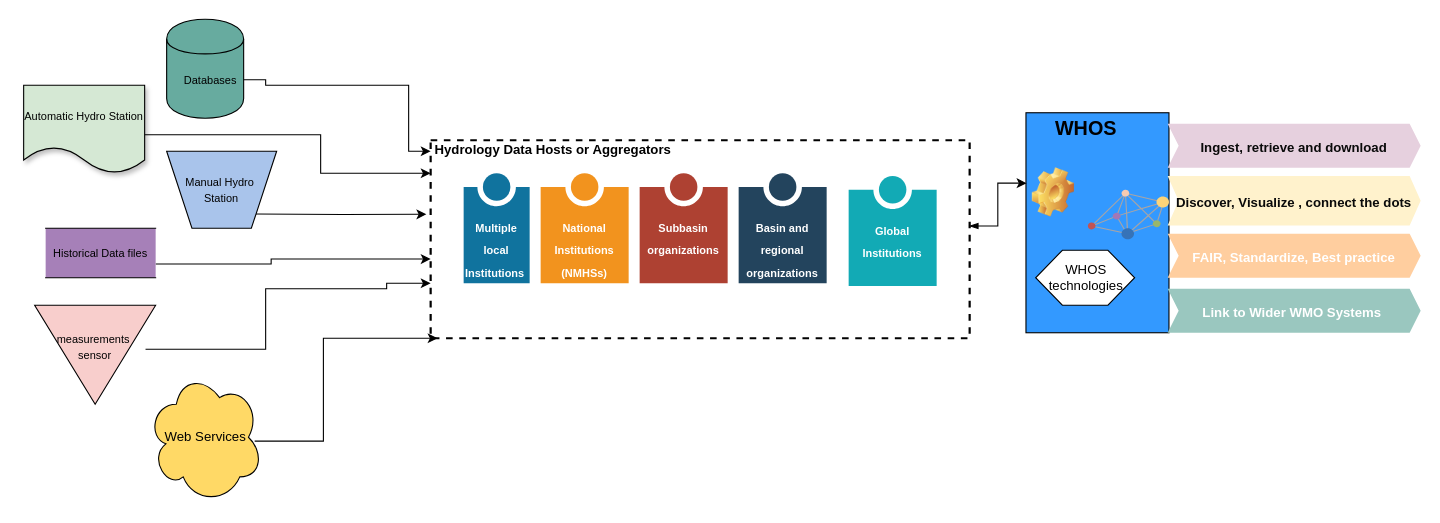
The draw.io diagram page "WHOS data sources" (2 of 13) of whos-architecture/WHOS New.drawio in wmo-im/tt-w4h, before the edit. Source tidied: cells renumbered, new cells numbered last; positions are measured from the earlier drawing's top-left corner, leaving out a move shared by most shapes. Both pictures are drawn from the tidied source at 110%, with x=0, y=0 at pixel (23, 19).
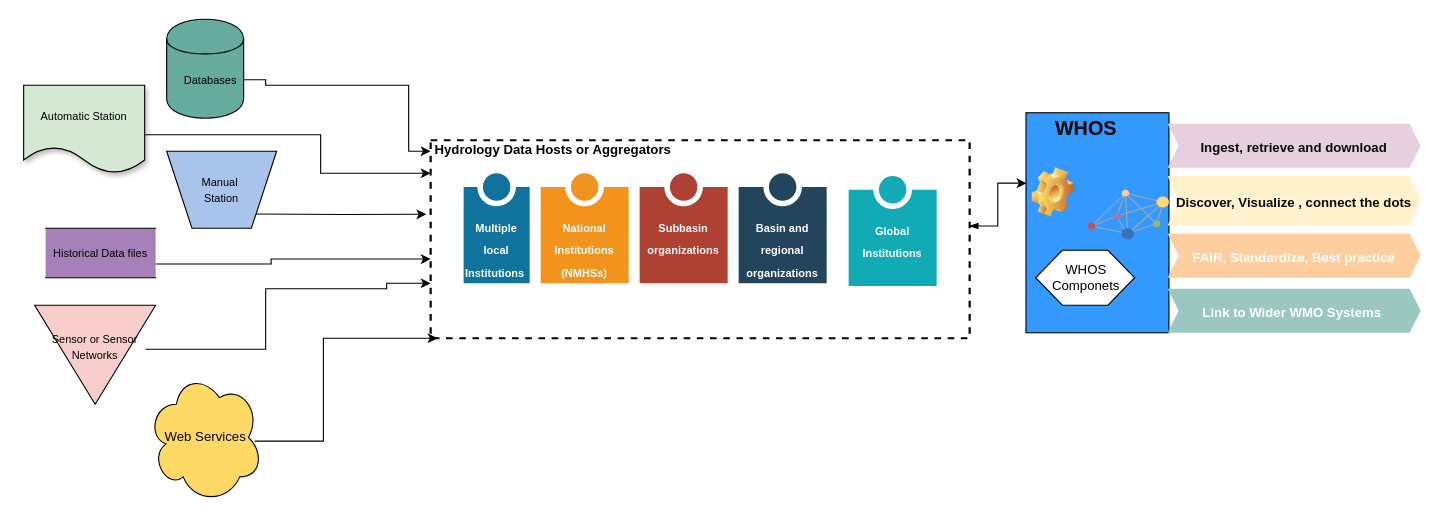
The same page after the edit.

The edit, as a diff of the source:
```diff
@@
-    <mxCell id="10" value="&lt;font style=&quot;font-size: 10px;&quot;&gt;measurements&amp;nbsp;&lt;/font&gt;&lt;div&gt;&lt;font style=&quot;font-size: 10px;&quot;&gt;sensor&lt;/font&gt;&lt;div&gt;&lt;br&gt;&lt;/div&gt;&lt;/div&gt;" style="triangle;whiteSpace=wrap;html=1;dashed=0;direction=south;fillColor=#F8CECC;" parent="1" vertex="1">
+    <mxCell id="10" value="&lt;span style=&quot;font-size: 10px; background-color: transparent; color: light-dark(rgb(0, 0, 0), rgb(255, 255, 255));&quot;&gt;Sensor or Sensor Networks&lt;/span&gt;&lt;div&gt;&lt;div&gt;&lt;br&gt;&lt;/div&gt;&lt;/div&gt;" style="triangle;whiteSpace=wrap;html=1;dashed=0;direction=south;fillColor=#F8CECC;" parent="1" vertex="1">
       <mxGeometry x="10" y="260" width="110" height="90" as="geometry" />
     </mxCell>
@@
-    <mxCell id="14" value="&lt;span style=&quot;font-size: 10px;&quot;&gt;Manual Hydro&amp;nbsp;&lt;/span&gt;&lt;div&gt;&lt;span style=&quot;font-size: 10px;&quot;&gt;Station&lt;/span&gt;&lt;/div&gt;" style="verticalLabelPosition=middle;verticalAlign=middle;html=1;shape=trapezoid;perimeter=trapezoidPerimeter;whiteSpace=wrap;size=0.23;arcSize=10;flipV=1;labelPosition=center;align=center;fillColor=#A9C4EB;" parent="1" vertex="1">
+    <mxCell id="14" value="&lt;span style=&quot;font-size: 10px;&quot;&gt;Manual&amp;nbsp;&lt;/span&gt;&lt;div&gt;&lt;span style=&quot;font-size: 10px;&quot;&gt;Station&lt;/span&gt;&lt;/div&gt;" style="verticalLabelPosition=middle;verticalAlign=middle;html=1;shape=trapezoid;perimeter=trapezoidPerimeter;whiteSpace=wrap;size=0.23;arcSize=10;flipV=1;labelPosition=center;align=center;fillColor=#A9C4EB;" parent="1" vertex="1">
       <mxGeometry x="130" y="120" width="100" height="70" as="geometry" />
     </mxCell>
@@
-    <mxCell id="16" value="&lt;span style=&quot;font-size: 10px;&quot;&gt;Automatic Hydro Station&lt;/span&gt;" style="shape=document;whiteSpace=wrap;html=1;boundedLbl=1;dashed=0;flipH=1;shadow=1;fillColor=#D5E8D4;" parent="1" vertex="1">
+    <mxCell id="16" value="&lt;span style=&quot;font-size: 10px;&quot;&gt;Automatic Station&lt;/span&gt;" style="shape=document;whiteSpace=wrap;html=1;boundedLbl=1;dashed=0;flipH=1;shadow=1;fillColor=#D5E8D4;" parent="1" vertex="1">
       <mxGeometry y="60" width="110" height="80" as="geometry" />
     </mxCell>
@@
-    <mxCell id="31" value="WHOS technologies" style="text;html=1;whiteSpace=wrap;strokeColor=none;fillColor=none;align=center;verticalAlign=middle;rounded=0;" parent="1" vertex="1">
+    <mxCell id="31" value="WHOS Componets" style="text;html=1;whiteSpace=wrap;strokeColor=none;fillColor=none;align=center;verticalAlign=middle;rounded=0;" parent="1" vertex="1">
       <mxGeometry x="936.2" y="220" width="60" height="30" as="geometry" />
     </mxCell>
```
